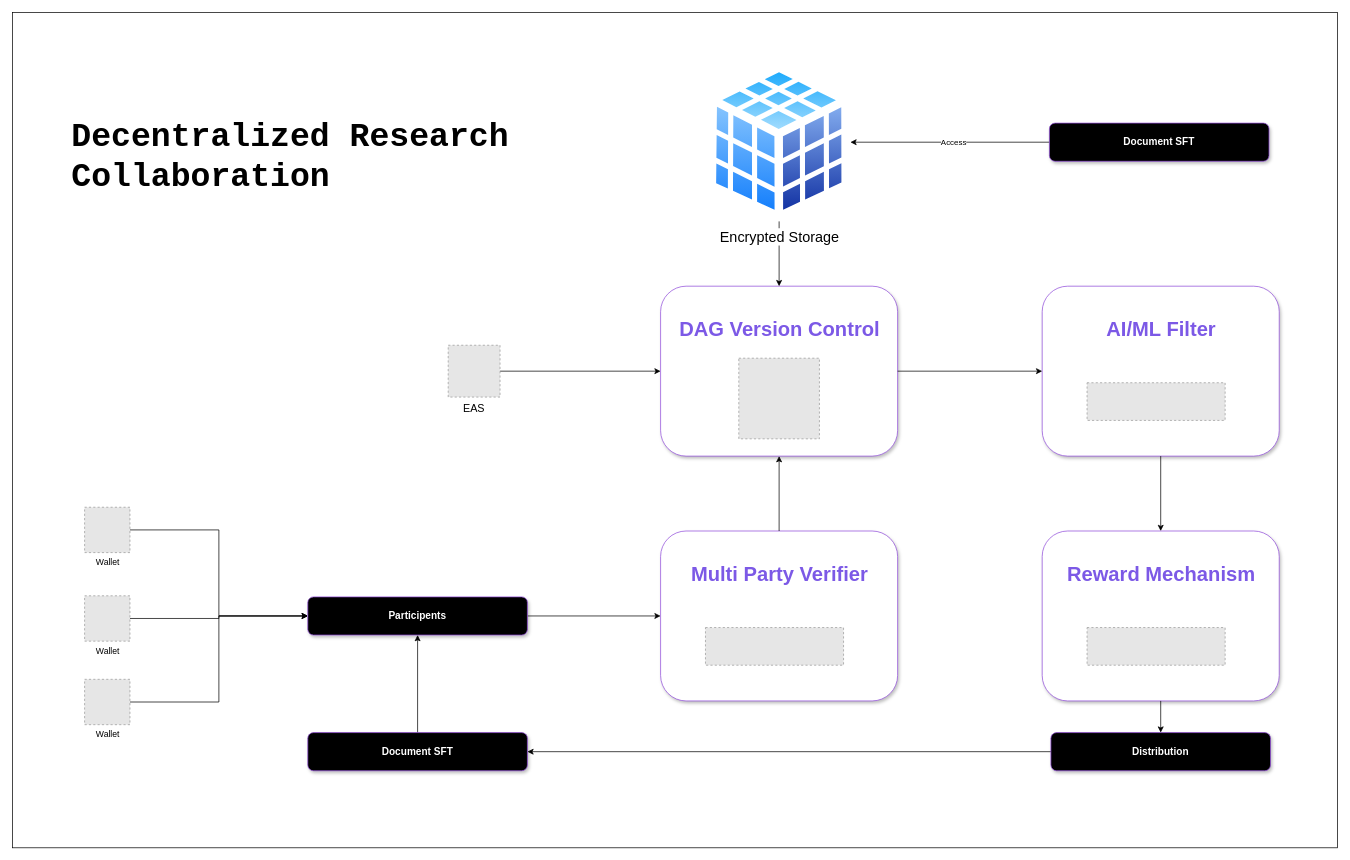
This is ResearchTokenization.drawio from ali-05-ahmed/Concept-Diagrams, a draw.io file, before an edit. Source tidied: cells renumbered, new cells numbered last; positions are measured from the earlier drawing's top-left corner, leaving out a move shared by most shapes. Both pictures are drawn from the tidied source at 72%, with x=0, y=0 at pixel (12, 12). Pictures stored in the file or linked from it are replaced by grey dashed boxes.
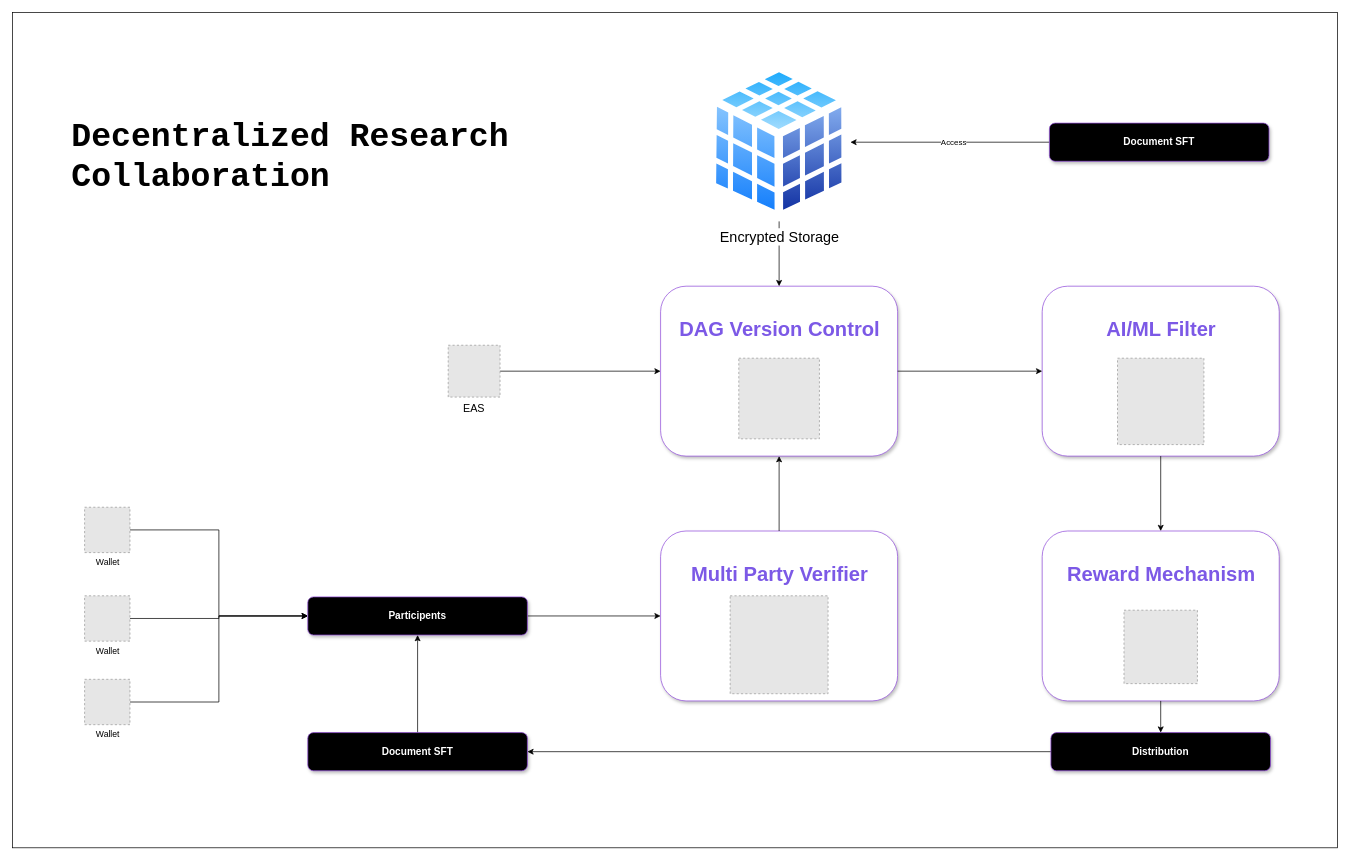
Above is the later version.

Unchanged cells that the change refers to:
```xml
<mxCell id="10" style="group;fillColor=none;strokeColor=none;" parent="1" vertex="1">
  <mxGeometry x="900" y="720" width="365" height="236" as="geometry" />
</mxCell>
<mxCell id="23" style="group;fillColor=none;strokeColor=none;" parent="1" vertex="1">
  <mxGeometry x="1430" y="380" width="365" height="236" as="geometry" />
</mxCell>
<mxCell id="35" style="group;fillColor=none;strokeColor=none;" parent="1" vertex="1">
  <mxGeometry x="1430" y="720" width="365" height="236" as="geometry" />
</mxCell>
```

The edit, as a diff of the source:
```diff
@@
-    <mxCell id="13" style="fillColor=#E6E6E6;strokeColor=#999999;dashed=1;verticalLabelPosition=bottom;labelBackgroundColor=default;verticalAlign=top;" parent="10" vertex="1">
-      <mxGeometry x="62.3" y="134.1" width="191.8" height="52.3" as="geometry" />
-    </mxCell>
+    <mxCell id="43" style="fillColor=#E6E6E6;strokeColor=#999999;dashed=1;verticalLabelPosition=bottom;labelBackgroundColor=default;verticalAlign=top;" parent="10" vertex="1">
+      <mxGeometry x="96.6" y="90" width="136" height="136" as="geometry" />
+    </mxCell>
@@
-    <mxCell id="26" style="fillColor=#E6E6E6;strokeColor=#999999;dashed=1;verticalLabelPosition=bottom;labelBackgroundColor=default;verticalAlign=top;" parent="23" vertex="1">
-      <mxGeometry x="62.3" y="134.1" width="191.8" height="52.3" as="geometry" />
-    </mxCell>
+    <mxCell id="44" style="fillColor=#E6E6E6;strokeColor=#999999;dashed=1;verticalLabelPosition=bottom;labelBackgroundColor=default;verticalAlign=top;" parent="23" vertex="1">
+      <mxGeometry x="104.6" y="100" width="120" height="120" as="geometry" />
+    </mxCell>
@@
-    <mxCell id="38" style="fillColor=#E6E6E6;strokeColor=#999999;dashed=1;verticalLabelPosition=bottom;labelBackgroundColor=default;verticalAlign=top;" parent="35" vertex="1">
-      <mxGeometry x="62.3" y="134.1" width="191.8" height="52.3" as="geometry" />
-    </mxCell>
+    <mxCell id="45" style="fillColor=#E6E6E6;strokeColor=#999999;dashed=1;verticalLabelPosition=bottom;labelBackgroundColor=default;verticalAlign=top;" parent="35" vertex="1">
+      <mxGeometry x="113.6" y="110" width="102" height="102" as="geometry" />
+    </mxCell>
```
